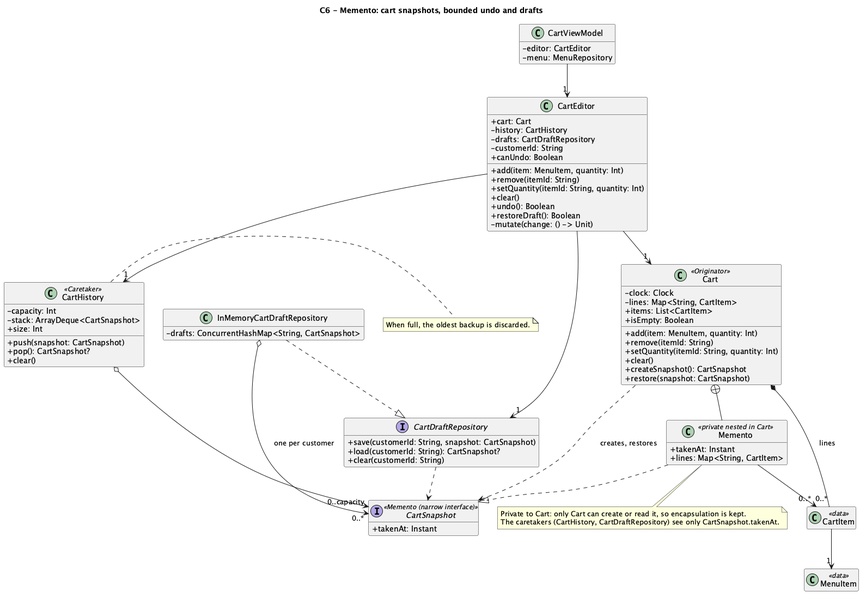
Above: docs/uml/img/09-class-memento.png in HungDangQuang/android-food-hub (PlantUML), before the change. Its diagram source:
```plantuml
@startuml 09-class-memento
title C6 - Memento: cart snapshots, bounded undo and drafts
skinparam shadowing false
skinparam classAttributeIconSize 0
hide empty members

class Cart <<Originator>> {
  -clock: Clock
  -lines: Map<String, CartItem>
  +items: List<CartItem>
  +isEmpty: Boolean
  +add(item: MenuItem, quantity: Int)
  +remove(itemId: String)
  +setQuantity(itemId: String, quantity: Int)
  +clear()
  +createSnapshot(): CartSnapshot
  +restore(snapshot: CartSnapshot)
}
interface CartSnapshot <<Memento (narrow interface)>> {
  +takenAt: Instant
}
class Memento <<private nested in Cart>> {
  +takenAt: Instant
  +lines: Map<String, CartItem>
}
class CartHistory <<Caretaker>> {
  -capacity: Int
  -stack: ArrayDeque<CartSnapshot>
  +size: Int
  +push(snapshot: CartSnapshot)
  +pop(): CartSnapshot?
  +clear()
}
interface CartDraftRepository {
  +save(customerId: String, snapshot: CartSnapshot)
  +load(customerId: String): CartSnapshot?
  +clear(customerId: String)
}
class InMemoryCartDraftRepository {
  -drafts: ConcurrentHashMap<String, CartSnapshot>
}
class CartEditor {
  +cart: Cart
  -history: CartHistory
  -drafts: CartDraftRepository
  -customerId: String
  +canUndo: Boolean
  +add(item: MenuItem, quantity: Int)
  +remove(itemId: String)
  +setQuantity(itemId: String, quantity: Int)
  +clear()
  +undo(): Boolean
  +restoreDraft(): Boolean
  -mutate(change: () -> Unit)
}
class CartItem <<data>>
class MenuItem <<data>>
class CartViewModel {
  -editor: CartEditor
  -menu: MenuRepository
}

Cart *-- "0..*" CartItem : lines
CartItem --> "1" MenuItem
Cart ..> CartSnapshot : creates, restores
Memento ..|> CartSnapshot
Cart +-- Memento
Memento --> "0..*" CartItem
CartHistory o--> "0..capacity" CartSnapshot
InMemoryCartDraftRepository ..|> CartDraftRepository
CartDraftRepository ..> CartSnapshot
InMemoryCartDraftRepository o--> "0..*" CartSnapshot : one per customer
CartEditor --> "1" Cart
CartEditor --> "1" CartHistory
CartEditor --> "1" CartDraftRepository
CartViewModel --> "1" CartEditor

note bottom of Memento
  Private to Cart: only Cart can create or read it, so encapsulation is kept.
  The caretakers (CartHistory, CartDraftRepository) see only CartSnapshot.takenAt.
end note
note right of CartHistory
  When full, the oldest backup is discarded.
end note
@enduml
```
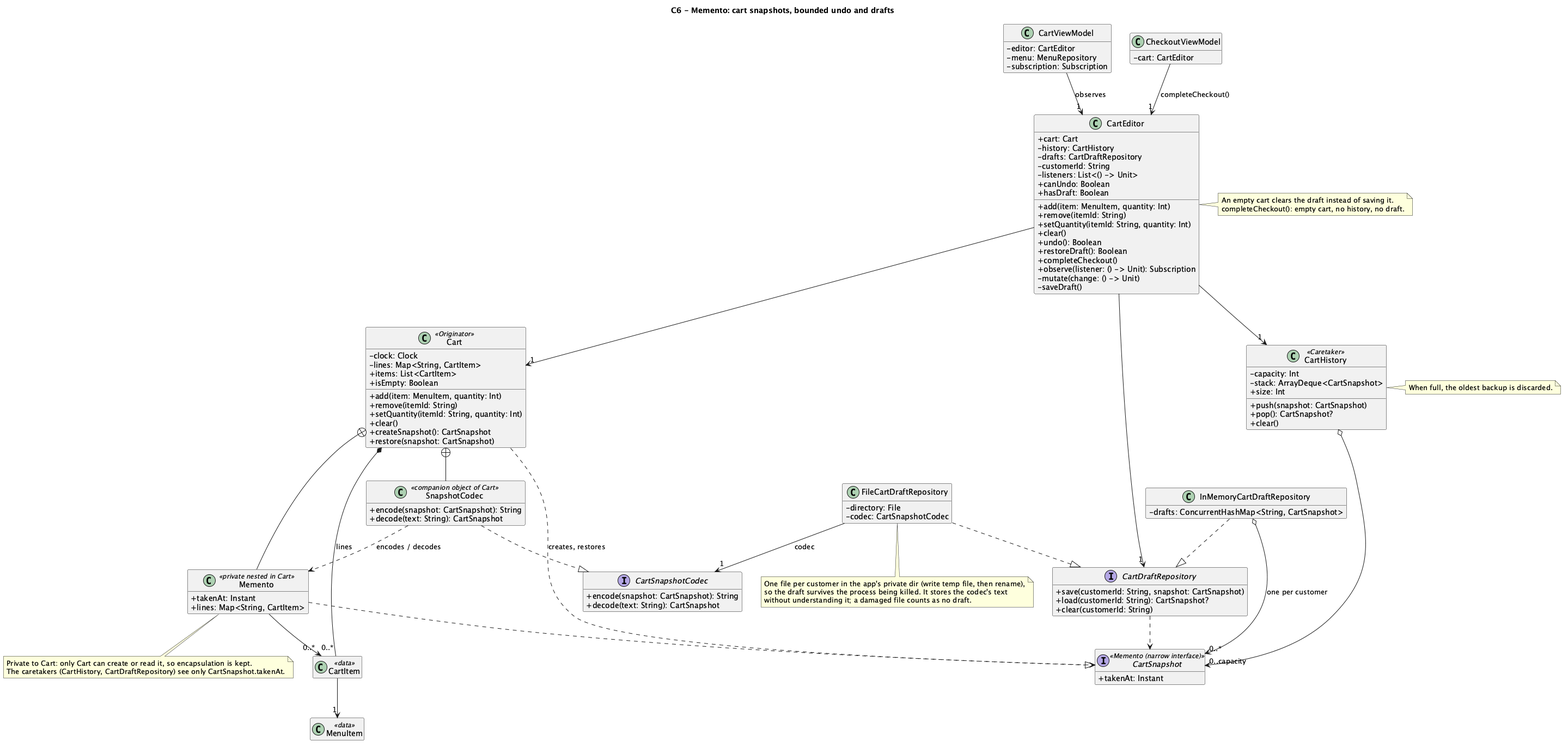
After the commit.

Change to the diagram source:
```diff
@@ -15,6 +15,14 @@
   +clear()
   +createSnapshot(): CartSnapshot
   +restore(snapshot: CartSnapshot)
+}
+interface CartSnapshotCodec {
+  +encode(snapshot: CartSnapshot): String
+  +decode(text: String): CartSnapshot
+}
+class SnapshotCodec <<companion object of Cart>> {
+  +encode(snapshot: CartSnapshot): String
+  +decode(text: String): CartSnapshot
 }
 interface CartSnapshot <<Memento (narrow interface)>> {
   +takenAt: Instant
@@ -39,25 +47,38 @@
 class InMemoryCartDraftRepository {
   -drafts: ConcurrentHashMap<String, CartSnapshot>
 }
+class FileCartDraftRepository {
+  -directory: File
+  -codec: CartSnapshotCodec
+}
 class CartEditor {
   +cart: Cart
   -history: CartHistory
   -drafts: CartDraftRepository
   -customerId: String
+  {field} -listeners: List<() -> Unit>
   +canUndo: Boolean
+  +hasDraft: Boolean
   +add(item: MenuItem, quantity: Int)
   +remove(itemId: String)
   +setQuantity(itemId: String, quantity: Int)
   +clear()
   +undo(): Boolean
   +restoreDraft(): Boolean
+  +completeCheckout()
+  +observe(listener: () -> Unit): Subscription
   -mutate(change: () -> Unit)
+  -saveDraft()
 }
 class CartItem <<data>>
 class MenuItem <<data>>
 class CartViewModel {
   -editor: CartEditor
   -menu: MenuRepository
+  -subscription: Subscription
+}
+class CheckoutViewModel {
+  -cart: CartEditor
 }
 
 Cart *-- "0..*" CartItem : lines
@@ -70,10 +91,16 @@
 InMemoryCartDraftRepository ..|> CartDraftRepository
 CartDraftRepository ..> CartSnapshot
 InMemoryCartDraftRepository o--> "0..*" CartSnapshot : one per customer
+FileCartDraftRepository ..|> CartDraftRepository
+FileCartDraftRepository --> "1" CartSnapshotCodec : codec
+SnapshotCodec ..|> CartSnapshotCodec
+Cart +-- SnapshotCodec
+SnapshotCodec ..> Memento : encodes / decodes
 CartEditor --> "1" Cart
 CartEditor --> "1" CartHistory
 CartEditor --> "1" CartDraftRepository
-CartViewModel --> "1" CartEditor
+CartViewModel --> "1" CartEditor : observes
+CheckoutViewModel --> "1" CartEditor : completeCheckout()
 
 note bottom of Memento
   Private to Cart: only Cart can create or read it, so encapsulation is kept.
@@ -82,4 +109,13 @@
 note right of CartHistory
   When full, the oldest backup is discarded.
 end note
+note bottom of FileCartDraftRepository
+  One file per customer in the app's private dir (write temp file, then rename),
+  so the draft survives the process being killed. It stores the codec's text
+  without understanding it; a damaged file counts as no draft.
+end note
+note right of CartEditor
+  An empty cart clears the draft instead of saving it.
+  completeCheckout(): empty cart, no history, no draft.
+end note
 @enduml
```
